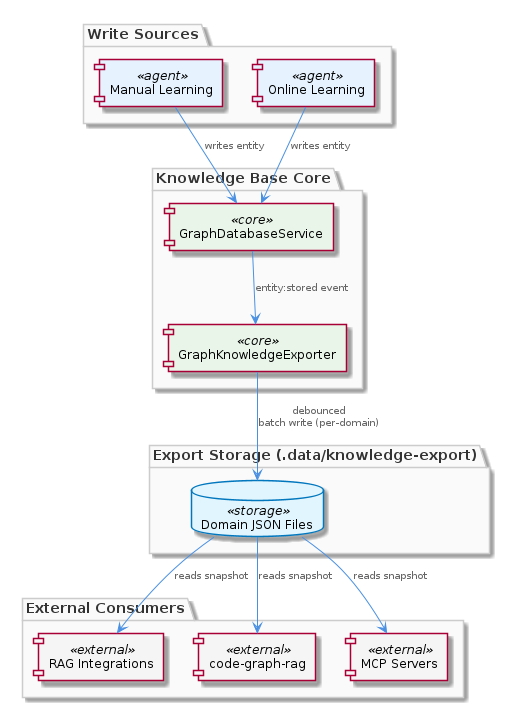
Above: knowledge-management/insights/images/graph-knowledge-exporter-architecture.png in fwornle/coding (PlantUML), before the change. Its source is kept beside it as .data/knowledge-graph/insights/puml/graph-knowledge-exporter-architecture.puml.
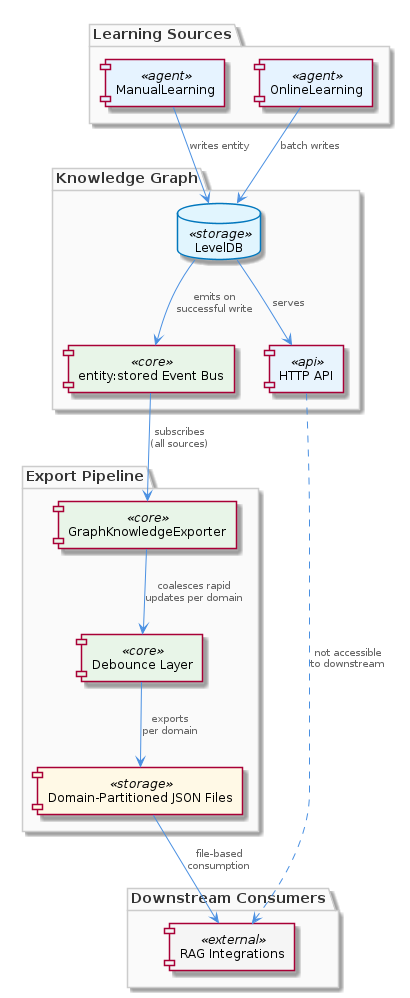
Later version of the same file.

Diff of the diagram source:
```diff
@@ -1,32 +1,35 @@
 @startuml
 !include /coding/docs/puml/_standard-style.puml
 
-package "Write Sources" {
-  component "Manual Learning" as ml <<agent>>
-  component "Online Learning" as ol <<agent>>
+package "Learning Sources" {
+  component "ManualLearning" as ml <<agent>>
+  component "OnlineLearning" as ol <<agent>>
 }
 
-package "Knowledge Base Core" {
-  component "GraphDatabaseService" as gds <<core>>
-  component "GraphKnowledgeExporter" as gke <<core>>
+package "Knowledge Graph" {
+  database "LevelDB" as ldb <<storage>>
+  component "entity:stored Event Bus" as evtbus <<core>>
+  component "HTTP API" as httpapi <<api>>
 }
 
-package "Export Storage (.data/knowledge-export)" {
-  database "Domain JSON Files" as domainFiles <<storage>>
+package "Export Pipeline" {
+  component "GraphKnowledgeExporter" as gke <<core>>
+  component "Debounce Layer" as dbl <<core>>
+  component "Domain-Partitioned JSON Files" as json <<storage>>
 }
 
-package "External Consumers" {
+package "Downstream Consumers" {
   component "RAG Integrations" as rag <<external>>
-  component "code-graph-rag" as cgr <<external>>
-  component "MCP Servers" as mcp <<external>>
 }
 
-ml --> gds : "writes entity"
-ol --> gds : "writes entity"
-gds --> gke : "entity:stored event"
-gke --> domainFiles : "debounced\nbatch write (per-domain)"
-domainFiles --> rag : "reads snapshot"
-domainFiles --> cgr : "reads snapshot"
-domainFiles --> mcp : "reads snapshot"
+ml --> ldb : "writes entity"
+ol --> ldb : "batch writes"
+ldb --> evtbus : "emits on\nsuccessful write"
+ldb --> httpapi : "serves"
+evtbus --> gke : "subscribes\n(all sources)"
+gke --> dbl : "coalesces rapid\nupdates per domain"
+dbl --> json : "exports\nper domain"
+json --> rag : "file-based\nconsumption"
+httpapi ..> rag : "not accessible\nto downstream"
 
 @enduml
```
